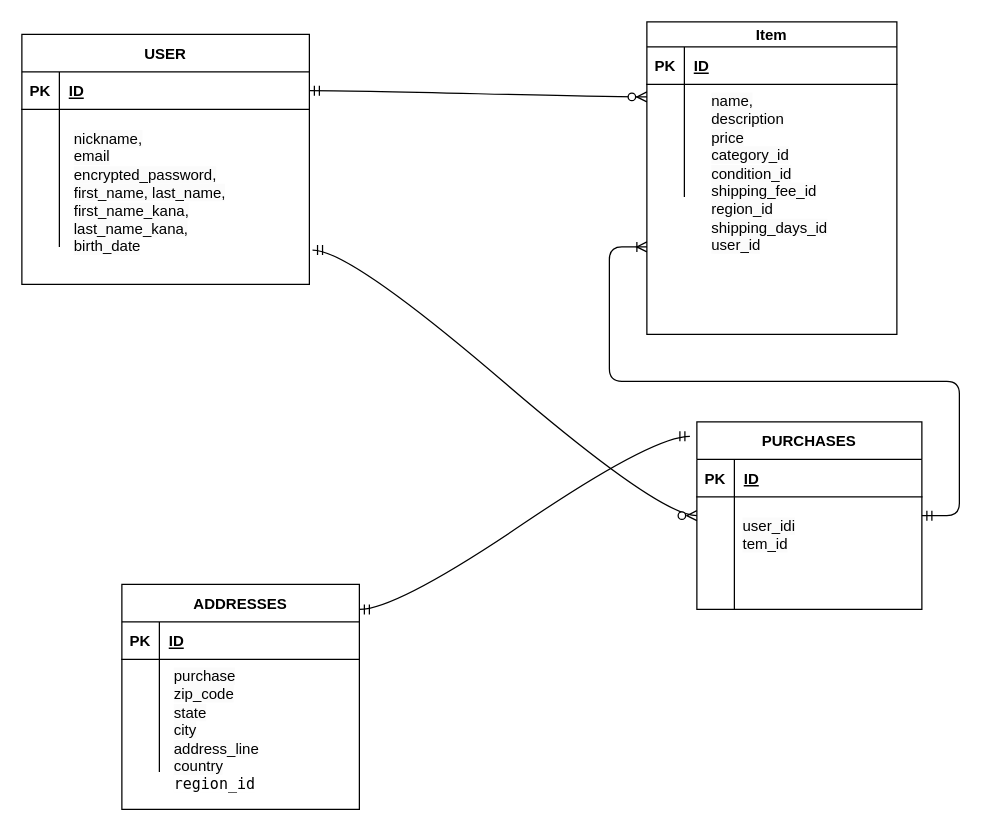
Iwanttomorrowtocome/furima-41479 keeps this draw.io diagram as furima.dio. Above is the earlier version. Source tidied: cells renumbered, new cells numbered last; positions are measured from the earlier drawing's top-left corner, leaving out a move shared by most shapes. Both pictures are drawn from the tidied source at 125%, with x=0, y=0 at pixel (21, 21).
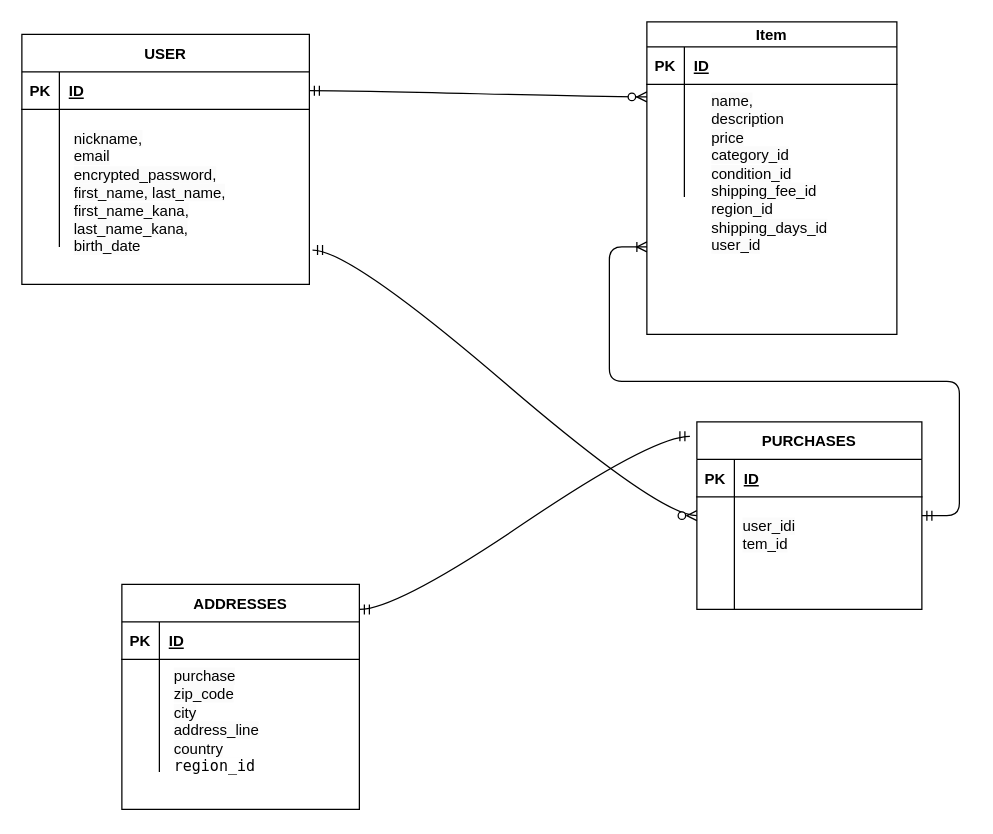
The same diagram, later.

Diff of the diagram source:
```diff
@@
-    <mxCell id="57" value="&lt;span style=&quot;color: rgb(0, 0, 0); font-family: Helvetica; font-size: 12px; font-style: normal; font-variant-ligatures: normal; font-variant-caps: normal; font-weight: 400; letter-spacing: normal; orphans: 2; text-align: left; text-indent: 0px; text-transform: none; widows: 2; word-spacing: 0px; -webkit-text-stroke-width: 0px; background-color: rgb(251, 251, 251); text-decoration-thickness: initial; text-decoration-style: initial; text-decoration-color: initial; float: none; display: inline !important;&quot;&gt;purchase&lt;br&gt;zip_code&lt;br&gt;state&lt;br&gt;city&lt;br&gt;address_line&lt;br&gt;country&lt;br&gt;&lt;span style=&quot;font-family: Menlo, Monaco, &amp;quot;Courier New&amp;quot;, monospace; background-color: rgb(255, 255, 255);&quot;&gt;region_id&lt;/span&gt;&lt;br&gt;&lt;br&gt;&lt;/span&gt;" style="text;whiteSpace=wrap;html=1;" parent="1" vertex="1">
+    <mxCell id="57" value="&lt;span style=&quot;color: rgb(0, 0, 0); font-family: Helvetica; font-size: 12px; font-style: normal; font-variant-ligatures: normal; font-variant-caps: normal; font-weight: 400; letter-spacing: normal; orphans: 2; text-align: left; text-indent: 0px; text-transform: none; widows: 2; word-spacing: 0px; -webkit-text-stroke-width: 0px; background-color: rgb(251, 251, 251); text-decoration-thickness: initial; text-decoration-style: initial; text-decoration-color: initial; float: none; display: inline !important;&quot;&gt;purchase&lt;br&gt;zip_code&lt;br&gt;city&lt;br&gt;address_line&lt;br&gt;country&lt;br&gt;&lt;span style=&quot;font-family: Menlo, Monaco, &amp;quot;Courier New&amp;quot;, monospace; background-color: rgb(255, 255, 255);&quot;&gt;region_id&lt;/span&gt;&lt;br&gt;&lt;br&gt;&lt;/span&gt;" style="text;whiteSpace=wrap;html=1;" parent="1" vertex="1">
       <mxGeometry x="120" y="510" width="100" height="110" as="geometry" />
     </mxCell>
```
